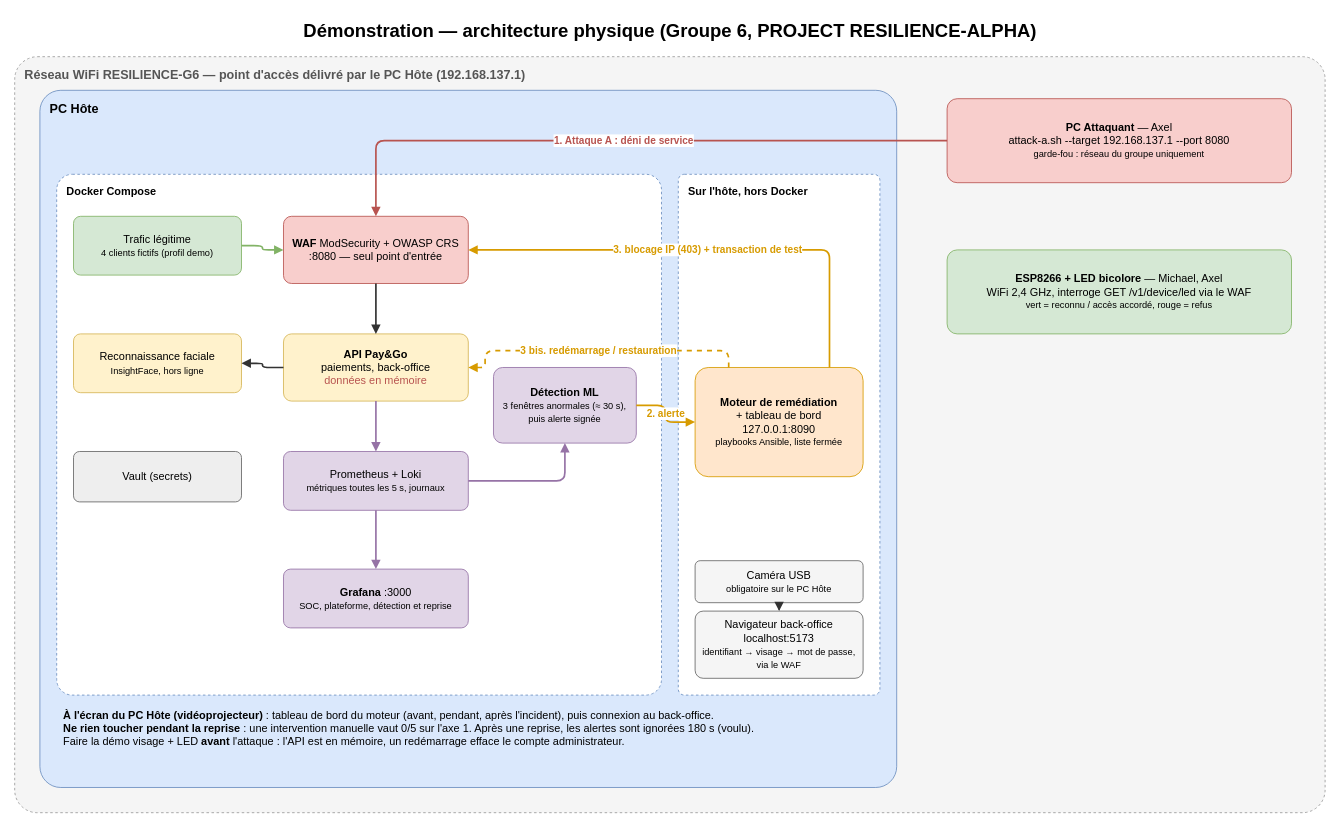
Earlier version of the draw.io diagram docs/dossier/architecture-demo.drawio (CedricSanchezGithub/Workshop2026). Source tidied: cells renumbered, new cells numbered last; positions are measured from the earlier drawing's top-left corner, leaving out a move shared by most shapes. Both pictures are drawn from the tidied source at 84%, with x=0, y=0 at pixel (14, 14).
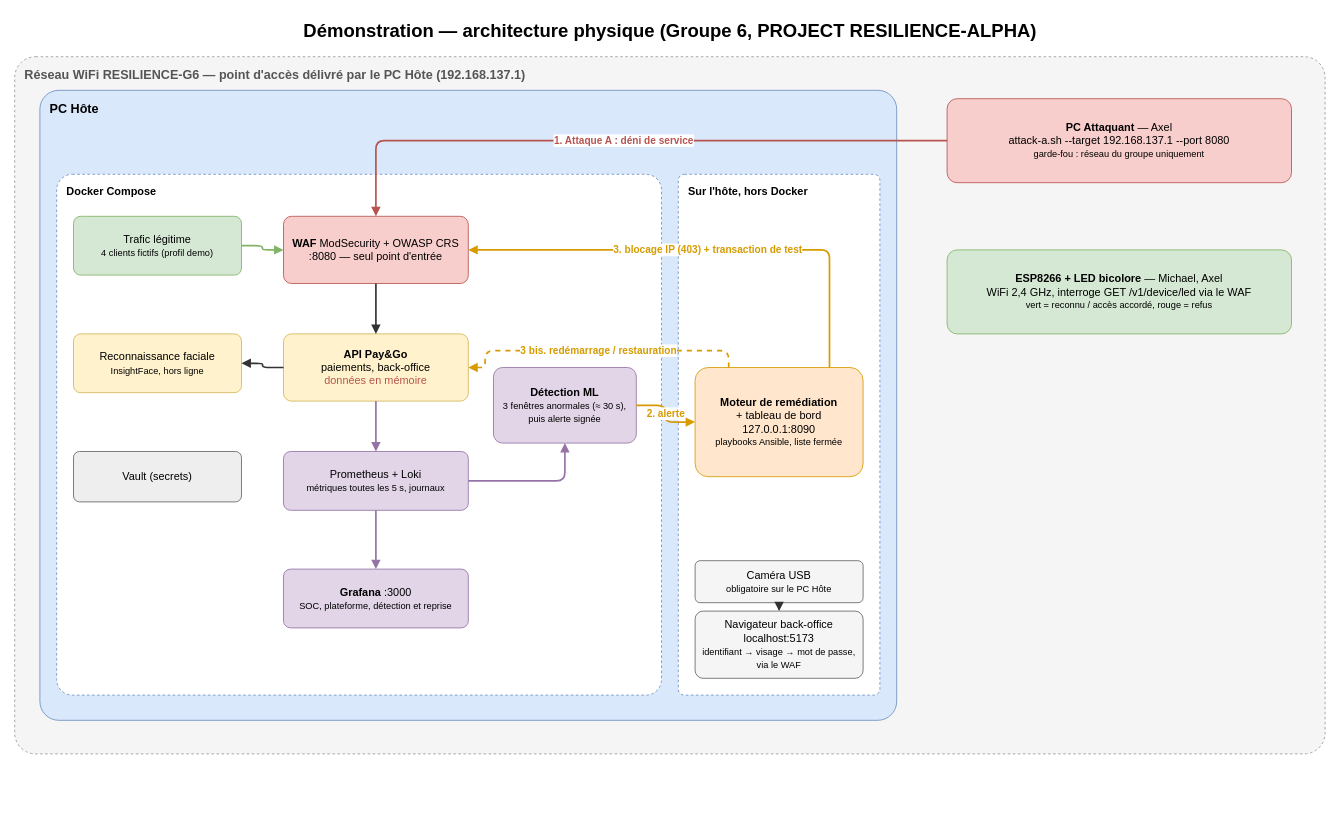
After the change.

Commit message (it also covers changes not shown here):
Schéma d'architecture : commentaire de démo retiré (dossier et présentation)

What changed in the source:
```diff
@@
     <mxCell id="3" value="Réseau WiFi RESILIENCE-G6 — point d'accès délivré par le PC Hôte (192.168.137.1)" style="rounded=1;whiteSpace=wrap;html=1;verticalAlign=top;align=left;spacingLeft=10;spacingTop=6;fontSize=15;fontStyle=1;arcSize=3;fillColor=#f5f5f5;strokeColor=#999999;dashed=1;fontColor=#555555;" parent="1" vertex="1">
-      <mxGeometry y="50" width="1560" height="900" as="geometry" />
+      <mxGeometry y="50" width="1560" height="830" as="geometry" />
     </mxCell>
     <mxCell id="4" value="PC Hôte" style="rounded=1;whiteSpace=wrap;html=1;verticalAlign=top;align=left;spacingLeft=10;spacingTop=6;fontSize=15;fontStyle=1;arcSize=3;fillColor=#dae8fc;strokeColor=#6c8ebf;" parent="1" vertex="1">
-      <mxGeometry x="30" y="90" width="1020" height="830" as="geometry" />
+      <mxGeometry x="30" y="90" width="1020" height="750" as="geometry" />
     </mxCell>
@@
-    <mxCell id="18" value="&lt;b&gt;À l'écran du PC Hôte (vidéoprojecteur)&lt;/b&gt; : tableau de bord du moteur (avant, pendant, après l'incident), puis connexion au back-office.&lt;br&gt;&lt;b&gt;Ne rien toucher pendant la reprise&lt;/b&gt; : une intervention manuelle vaut 0/5 sur l'axe 1. Après une reprise, les alertes sont ignorées 180 s (voulu).&lt;br&gt;Faire la démo visage + LED &lt;b&gt;avant&lt;/b&gt; l'attaque : l'API est en mémoire, un redémarrage efface le compte administrateur." style="text;html=1;whiteSpace=wrap;align=left;verticalAlign=top;fontSize=13;spacingLeft=6;" parent="1" vertex="1">
-      <mxGeometry x="50" y="820" width="980" height="90" as="geometry" />
-    </mxCell>
```
